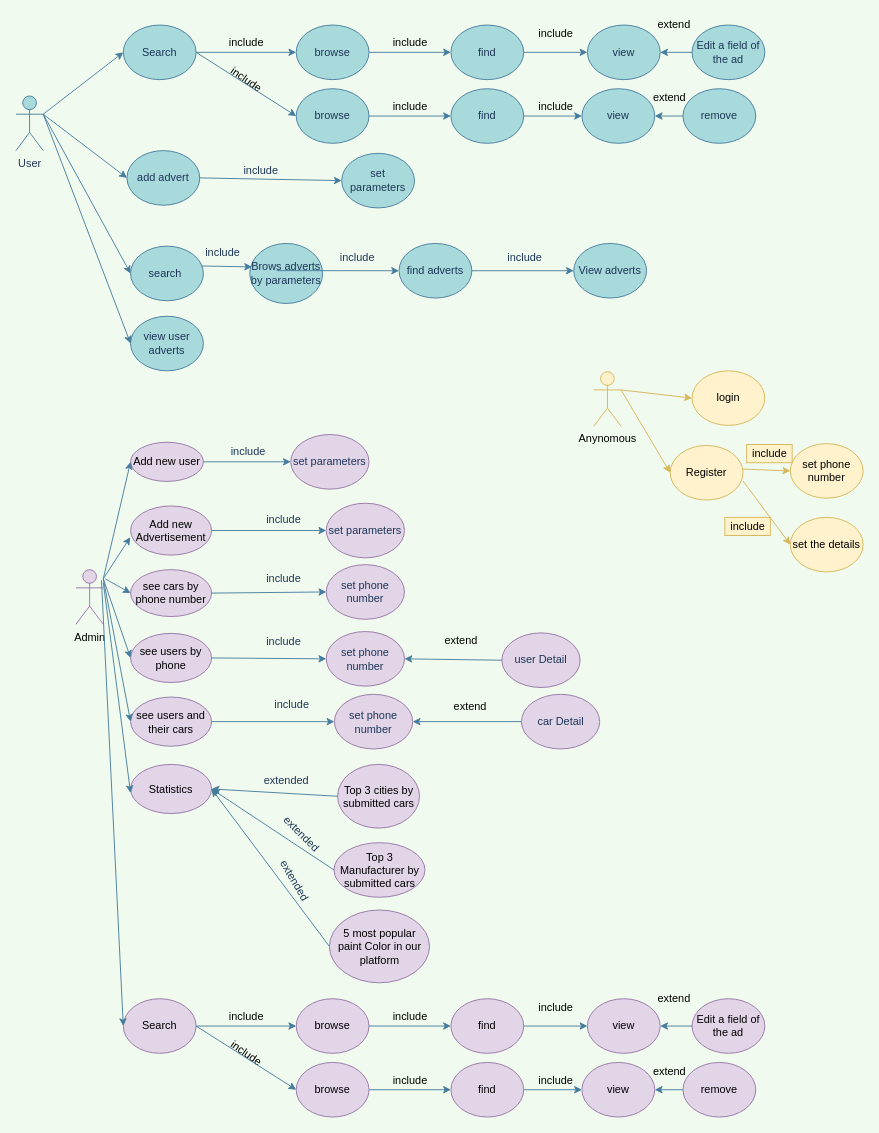
This is Untitled Diagram.drawio from kamran-mehravar/Large-scale-and-Multi-structured-Databases-Project, a draw.io file, before an edit. Source tidied: cells renumbered, new cells numbered last; positions are measured from the earlier drawing's top-left corner, leaving out a move shared by most shapes. Both pictures are drawn from the tidied source at 91%, with x=0, y=0 at pixel (15, 15).
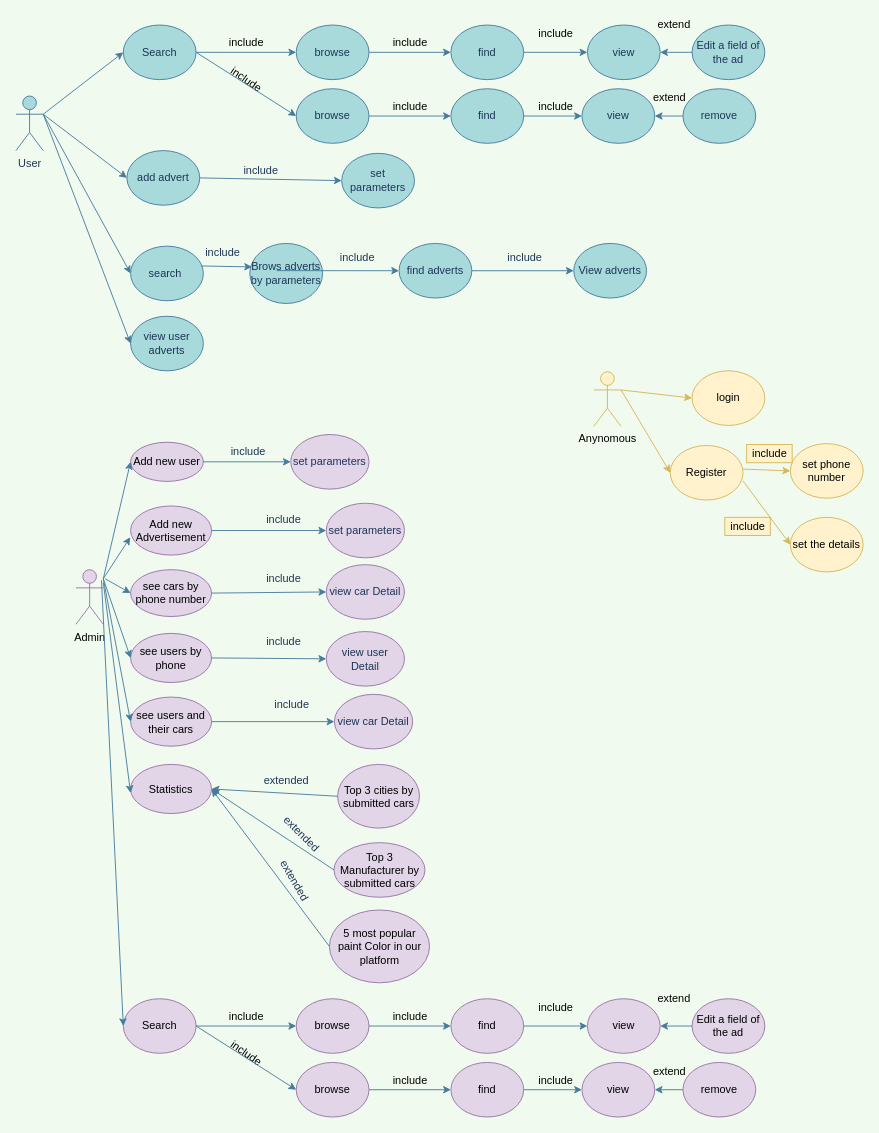
Above is the later version.

Change to the diagram source:
```diff
@@
-    <mxCell id="86" value="&lt;span style=&quot;color: rgb(29 , 53 , 87)&quot;&gt;set phone number&lt;/span&gt;" style="ellipse;whiteSpace=wrap;html=1;fillColor=#e1d5e7;strokeColor=#9673a6;" parent="1" vertex="1">
+    <mxCell id="86" value="&lt;span style=&quot;color: rgb(29 , 53 , 87)&quot;&gt;view car Detail&lt;/span&gt;" style="ellipse;whiteSpace=wrap;html=1;fillColor=#e1d5e7;strokeColor=#9673a6;" parent="1" vertex="1">
       <mxGeometry x="341" y="603" width="86" height="60" as="geometry" />
     </mxCell>
@@
-    <mxCell id="89" value="&lt;span style=&quot;color: rgb(29 , 53 , 87)&quot;&gt;set phone number&lt;/span&gt;" style="ellipse;whiteSpace=wrap;html=1;fillColor=#e1d5e7;strokeColor=#9673a6;" parent="1" vertex="1">
+    <mxCell id="89" value="&lt;span style=&quot;color: rgb(29 , 53 , 87)&quot;&gt;view user Detail&lt;/span&gt;" style="ellipse;whiteSpace=wrap;html=1;fillColor=#e1d5e7;strokeColor=#9673a6;" parent="1" vertex="1">
       <mxGeometry x="341" y="676.5" width="86" height="60" as="geometry" />
     </mxCell>
@@
-    <mxCell id="92" value="&lt;span style=&quot;color: rgb(29 , 53 , 87)&quot;&gt;user Detail&lt;/span&gt;" style="ellipse;whiteSpace=wrap;html=1;fillColor=#e1d5e7;strokeColor=#9673a6;" parent="1" vertex="1">
-      <mxGeometry x="534" y="678" width="86" height="60" as="geometry" />
-    </mxCell>
-    <mxCell id="93" style="endArrow=classic;html=1;labelBackgroundColor=#F1FAEE;strokeColor=#457B9D;fontColor=#1D3557;entryX=1;entryY=0.5;entryDx=0;entryDy=0;exitX=0;exitY=0.5;exitDx=0;exitDy=0;" parent="1" edge="1" source="92" target="89">
-      <mxGeometry relative="1" as="geometry" />
-    </mxCell>
-    <mxCell id="94" value="extend" style="text;html=1;align=center;verticalAlign=middle;rotation=0;" parent="1" vertex="1">
-      <mxGeometry x="464" y="676.5" width="50" height="20" as="geometry" />
-    </mxCell>
-    <mxCell id="95" value="&lt;span style=&quot;color: rgb(29 , 53 , 87)&quot;&gt;set phone number&lt;/span&gt;" style="ellipse;whiteSpace=wrap;html=1;fillColor=#e1d5e7;strokeColor=#9673a6;" parent="1" vertex="1">
+    <mxCell id="95" value="&lt;span style=&quot;color: rgb(29 , 53 , 87)&quot;&gt;view car Detail&lt;/span&gt;" style="ellipse;whiteSpace=wrap;html=1;fillColor=#e1d5e7;strokeColor=#9673a6;" parent="1" vertex="1">
       <mxGeometry x="350" y="745.5" width="86" height="60" as="geometry" />
     </mxCell>
@@
-    <mxCell id="98" value="&lt;span style=&quot;color: rgb(29 , 53 , 87)&quot;&gt;car Detail&lt;/span&gt;" style="ellipse;whiteSpace=wrap;html=1;fillColor=#e1d5e7;strokeColor=#9673a6;" parent="1" vertex="1">
-      <mxGeometry x="555.5" y="745.5" width="86" height="60" as="geometry" />
-    </mxCell>
-    <mxCell id="99" style="endArrow=classic;html=1;labelBackgroundColor=#F1FAEE;strokeColor=#457B9D;fontColor=#1D3557;entryX=1;entryY=0.5;entryDx=0;entryDy=0;exitX=0;exitY=0.5;exitDx=0;exitDy=0;" parent="1" edge="1" source="98" target="95">
-      <mxGeometry relative="1" as="geometry" />
-    </mxCell>
-    <mxCell id="100" value="extend" style="text;html=1;align=center;verticalAlign=middle;rotation=0;" parent="1" vertex="1">
-      <mxGeometry x="474" y="748.5" width="50" height="20" as="geometry" />
-    </mxCell>
```
